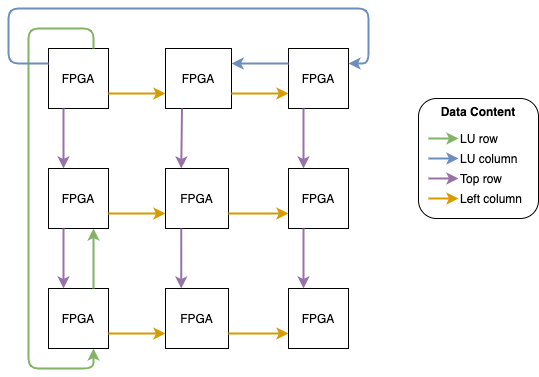
Above: docs/source/LINPACK/implementation/torus_data_forward_rev.drawio.png in pc2/HPCC_FPGA (draw.io), before the change. Source tidied: cells renumbered, new cells last; positions are measured from the earlier drawing's top-left corner, leaving out a move shared by most shapes. Source of this version:
```xml
<mxGraphModel>
  <root>
    <mxCell id="0" />
    <mxCell id="1" parent="0" />
    <mxCell id="2" value="&lt;b&gt;Data Content&lt;/b&gt;" style="rounded=1;whiteSpace=wrap;html=1;align=center;verticalAlign=top;" parent="1" vertex="1">
      <mxGeometry x="410" y="90" width="120" height="120" as="geometry" />
    </mxCell>
    <mxCell id="3" value="FPGA" style="rounded=0;whiteSpace=wrap;html=1;" parent="1" vertex="1">
      <mxGeometry x="40" y="40" width="60" height="60" as="geometry" />
    </mxCell>
    <mxCell id="4" value="FPGA" style="rounded=0;whiteSpace=wrap;html=1;" parent="1" vertex="1">
      <mxGeometry x="157" y="40" width="66" height="60" as="geometry" />
    </mxCell>
    <mxCell id="5" value="FPGA" style="rounded=0;whiteSpace=wrap;html=1;" parent="1" vertex="1">
      <mxGeometry x="40" y="160" width="60" height="60" as="geometry" />
    </mxCell>
    <mxCell id="6" value="FPGA" style="rounded=0;whiteSpace=wrap;html=1;" parent="1" vertex="1">
      <mxGeometry x="157" y="160" width="63" height="60" as="geometry" />
    </mxCell>
    <mxCell id="7" value="FPGA" style="rounded=0;whiteSpace=wrap;html=1;" parent="1" vertex="1">
      <mxGeometry x="280" y="40" width="60" height="60" as="geometry" />
    </mxCell>
    <mxCell id="8" value="FPGA" style="rounded=0;whiteSpace=wrap;html=1;" parent="1" vertex="1">
      <mxGeometry x="280" y="160" width="60" height="60" as="geometry" />
    </mxCell>
    <mxCell id="9" value="FPGA" style="rounded=0;whiteSpace=wrap;html=1;" parent="1" vertex="1">
      <mxGeometry x="280" y="280" width="60" height="60" as="geometry" />
    </mxCell>
    <mxCell id="10" value="FPGA" style="rounded=0;whiteSpace=wrap;html=1;" parent="1" vertex="1">
      <mxGeometry x="157" y="280" width="63" height="60" as="geometry" />
    </mxCell>
    <mxCell id="11" value="FPGA" style="rounded=0;whiteSpace=wrap;html=1;" parent="1" vertex="1">
      <mxGeometry x="40" y="280" width="60" height="60" as="geometry" />
    </mxCell>
    <mxCell id="12" style="endArrow=classic;html=1;exitX=1;exitY=0.75;exitDx=0;exitDy=0;entryX=0;entryY=0.75;entryDx=0;entryDy=0;fillColor=#ffe6cc;strokeColor=#d79b00;strokeWidth=2;startArrow=none;startFill=0;endFill=1;" parent="1" edge="1" source="5" target="6">
      <mxGeometry relative="1" as="geometry" />
    </mxCell>
    <mxCell id="13" style="endArrow=classic;html=1;exitX=1;exitY=0.75;exitDx=0;exitDy=0;entryX=0;entryY=0.75;entryDx=0;entryDy=0;fillColor=#ffe6cc;strokeColor=#d79b00;strokeWidth=2;startArrow=none;startFill=0;endFill=1;" parent="1" edge="1" source="6" target="8">
      <mxGeometry relative="1" as="geometry" />
    </mxCell>
    <mxCell id="14" style="endArrow=classic;html=1;exitX=1;exitY=0.75;exitDx=0;exitDy=0;entryX=0;entryY=0.75;entryDx=0;entryDy=0;fillColor=#ffe6cc;strokeColor=#d79b00;strokeWidth=2;endFill=1;startArrow=none;startFill=0;" parent="1" edge="1" source="11" target="10">
      <mxGeometry relative="1" as="geometry" />
    </mxCell>
    <mxCell id="15" style="endArrow=classic;html=1;exitX=1;exitY=0.75;exitDx=0;exitDy=0;entryX=0;entryY=0.75;entryDx=0;entryDy=0;fillColor=#ffe6cc;strokeColor=#d79b00;strokeWidth=2;startArrow=none;startFill=0;endFill=1;" parent="1" edge="1" source="10" target="9">
      <mxGeometry relative="1" as="geometry" />
    </mxCell>
    <mxCell id="16" style="endArrow=classic;html=1;exitX=1;exitY=0.75;exitDx=0;exitDy=0;entryX=0;entryY=0.75;entryDx=0;entryDy=0;fillColor=#ffe6cc;strokeColor=#d79b00;strokeWidth=2;endFill=1;startArrow=none;startFill=0;" parent="1" edge="1" source="3" target="4">
      <mxGeometry relative="1" as="geometry" />
    </mxCell>
    <mxCell id="17" style="endArrow=classic;html=1;exitX=1;exitY=0.75;exitDx=0;exitDy=0;entryX=0;entryY=0.75;entryDx=0;entryDy=0;fillColor=#ffe6cc;strokeColor=#d79b00;strokeWidth=2;endFill=1;startArrow=none;startFill=0;" parent="1" edge="1" source="4" target="7">
      <mxGeometry relative="1" as="geometry" />
    </mxCell>
    <mxCell id="18" style="endArrow=classic;html=1;strokeWidth=2;exitX=0.25;exitY=1;exitDx=0;exitDy=0;entryX=0.25;entryY=0;entryDx=0;entryDy=0;fillColor=#e1d5e7;strokeColor=#9673a6;endFill=1;startArrow=none;startFill=0;" parent="1" edge="1" source="3" target="5">
      <mxGeometry relative="1" as="geometry" />
    </mxCell>
    <mxCell id="19" style="endArrow=classic;html=1;strokeWidth=2;exitX=0.25;exitY=1;exitDx=0;exitDy=0;entryX=0.25;entryY=0;entryDx=0;entryDy=0;fillColor=#e1d5e7;strokeColor=#9673a6;endFill=1;startArrow=none;startFill=0;" parent="1" edge="1" source="5" target="11">
      <mxGeometry relative="1" as="geometry" />
    </mxCell>
    <mxCell id="20" style="endArrow=classic;html=1;strokeWidth=2;exitX=0.25;exitY=1;exitDx=0;exitDy=0;entryX=0.25;entryY=0;entryDx=0;entryDy=0;fillColor=#e1d5e7;strokeColor=#9673a6;endFill=1;startArrow=none;startFill=0;" parent="1" edge="1" source="4" target="6">
      <mxGeometry relative="1" as="geometry" />
    </mxCell>
    <mxCell id="21" style="endArrow=classic;html=1;strokeWidth=2;exitX=0.25;exitY=1;exitDx=0;exitDy=0;entryX=0.25;entryY=0;entryDx=0;entryDy=0;fillColor=#e1d5e7;strokeColor=#9673a6;endFill=1;startArrow=none;startFill=0;" parent="1" edge="1" source="7" target="8">
      <mxGeometry relative="1" as="geometry" />
    </mxCell>
    <mxCell id="22" style="endArrow=classic;html=1;strokeWidth=2;exitX=0.25;exitY=1;exitDx=0;exitDy=0;entryX=0.25;entryY=0;entryDx=0;entryDy=0;fillColor=#e1d5e7;strokeColor=#9673a6;endFill=1;startArrow=none;startFill=0;" parent="1" edge="1" source="6" target="10">
      <mxGeometry relative="1" as="geometry" />
    </mxCell>
    <mxCell id="23" style="endArrow=classic;html=1;strokeWidth=2;exitX=0.25;exitY=1;exitDx=0;exitDy=0;entryX=0.25;entryY=0;entryDx=0;entryDy=0;fillColor=#e1d5e7;strokeColor=#9673a6;endFill=1;startArrow=none;startFill=0;" parent="1" edge="1" source="8" target="9">
      <mxGeometry relative="1" as="geometry" />
    </mxCell>
    <mxCell id="24" style="endArrow=classic;html=1;strokeWidth=2;exitX=0.75;exitY=0;exitDx=0;exitDy=0;entryX=0.75;entryY=1;entryDx=0;entryDy=0;fillColor=#d5e8d4;strokeColor=#82b366;" parent="1" edge="1" source="3" target="11">
      <mxGeometry relative="1" as="geometry">
        <Array as="points">
          <mxPoint x="85" y="20" />
          <mxPoint x="20" y="20" />
          <mxPoint x="20" y="360" />
          <mxPoint x="85" y="360" />
        </Array>
      </mxGeometry>
    </mxCell>
    <mxCell id="25" style="endArrow=classic;html=1;strokeWidth=2;exitX=0.75;exitY=0;exitDx=0;exitDy=0;entryX=0.75;entryY=1;entryDx=0;entryDy=0;fillColor=#d5e8d4;strokeColor=#82b366;" parent="1" edge="1" source="11" target="5">
      <mxGeometry relative="1" as="geometry" />
    </mxCell>
    <mxCell id="26" style="endArrow=classic;html=1;strokeWidth=2;exitX=0;exitY=0.25;exitDx=0;exitDy=0;entryX=1;entryY=0.25;entryDx=0;entryDy=0;fillColor=#dae8fc;strokeColor=#6c8ebf;" parent="1" edge="1" source="3" target="7">
      <mxGeometry relative="1" as="geometry">
        <Array as="points">
          <mxPoint y="55" />
          <mxPoint />
          <mxPoint x="360" />
          <mxPoint x="360" y="55" />
        </Array>
      </mxGeometry>
    </mxCell>
    <mxCell id="27" style="endArrow=classic;html=1;strokeWidth=2;exitX=0;exitY=0.25;exitDx=0;exitDy=0;entryX=1;entryY=0.25;entryDx=0;entryDy=0;fillColor=#dae8fc;strokeColor=#6c8ebf;" parent="1" edge="1" source="7" target="4">
      <mxGeometry relative="1" as="geometry" />
    </mxCell>
    <mxCell id="28" style="endArrow=classic;html=1;strokeWidth=2;fillColor=#d5e8d4;strokeColor=#82b366;" parent="1" edge="1">
      <mxGeometry relative="1" as="geometry">
        <mxPoint x="420" y="130" as="sourcePoint" />
        <mxPoint x="450" y="130" as="targetPoint" />
        <Array as="points">
          <mxPoint x="440" y="130" />
        </Array>
      </mxGeometry>
    </mxCell>
    <mxCell id="29" value="LU row" style="text;html=1;align=left;verticalAlign=middle;" parent="1" vertex="1">
      <mxGeometry x="450" y="120" width="50" height="20" as="geometry" />
    </mxCell>
    <mxCell id="30" style="endArrow=classic;html=1;strokeWidth=2;fillColor=#dae8fc;strokeColor=#6c8ebf;" parent="1" edge="1">
      <mxGeometry relative="1" as="geometry">
        <mxPoint x="420" y="150" as="sourcePoint" />
        <mxPoint x="450" y="150" as="targetPoint" />
        <Array as="points">
          <mxPoint x="440" y="150" />
        </Array>
      </mxGeometry>
    </mxCell>
    <mxCell id="31" value="LU column" style="text;html=1;align=left;verticalAlign=middle;" parent="1" vertex="1">
      <mxGeometry x="450" y="140" width="70" height="20" as="geometry" />
    </mxCell>
    <mxCell id="32" style="endArrow=classic;html=1;strokeWidth=2;fillColor=#e1d5e7;strokeColor=#9673a6;" parent="1" edge="1">
      <mxGeometry relative="1" as="geometry">
        <mxPoint x="420" y="170" as="sourcePoint" />
        <mxPoint x="450" y="170" as="targetPoint" />
        <Array as="points">
          <mxPoint x="440" y="170" />
        </Array>
      </mxGeometry>
    </mxCell>
    <mxCell id="33" value="Top row" style="text;html=1;align=left;verticalAlign=middle;" parent="1" vertex="1">
      <mxGeometry x="450" y="160" width="60" height="20" as="geometry" />
    </mxCell>
    <mxCell id="34" style="endArrow=classic;html=1;strokeWidth=2;fillColor=#ffe6cc;strokeColor=#d79b00;" parent="1" edge="1">
      <mxGeometry relative="1" as="geometry">
        <mxPoint x="420" y="190" as="sourcePoint" />
        <mxPoint x="450" y="190" as="targetPoint" />
        <Array as="points">
          <mxPoint x="440" y="190" />
        </Array>
      </mxGeometry>
    </mxCell>
    <mxCell id="35" value="Left column" style="text;html=1;align=left;verticalAlign=middle;" parent="1" vertex="1">
      <mxGeometry x="450" y="180" width="80" height="20" as="geometry" />
    </mxCell>
  </root>
</mxGraphModel>
```
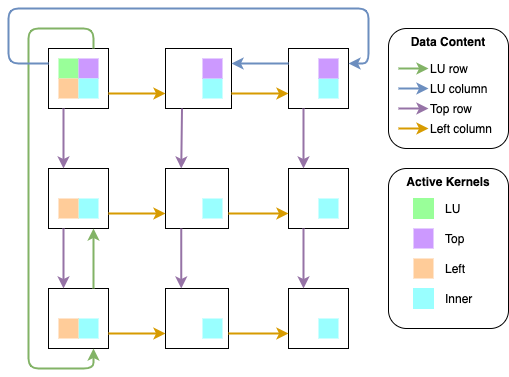
The same diagram one commit later.

The edit, as a diff of the source:
```diff
@@ -2,34 +2,37 @@
   <root>
     <mxCell id="0" />
     <mxCell id="1" parent="0" />
+    <mxCell id="36" value="&lt;b&gt;Active Kernels&lt;/b&gt;" style="rounded=1;whiteSpace=wrap;html=1;align=center;verticalAlign=top;" parent="1" vertex="1">
+      <mxGeometry x="380" y="160" width="120" height="160" as="geometry" />
+    </mxCell>
     <mxCell id="2" value="&lt;b&gt;Data Content&lt;/b&gt;" style="rounded=1;whiteSpace=wrap;html=1;align=center;verticalAlign=top;" parent="1" vertex="1">
-      <mxGeometry x="410" y="90" width="120" height="120" as="geometry" />
+      <mxGeometry x="380" y="20" width="120" height="120" as="geometry" />
     </mxCell>
-    <mxCell id="3" value="FPGA" style="rounded=0;whiteSpace=wrap;html=1;" parent="1" vertex="1">
+    <mxCell id="3" style="rounded=0;whiteSpace=wrap;html=1;" parent="1" vertex="1">
       <mxGeometry x="40" y="40" width="60" height="60" as="geometry" />
     </mxCell>
-    <mxCell id="4" value="FPGA" style="rounded=0;whiteSpace=wrap;html=1;" parent="1" vertex="1">
+    <mxCell id="4" style="rounded=0;whiteSpace=wrap;html=1;" parent="1" vertex="1">
       <mxGeometry x="157" y="40" width="66" height="60" as="geometry" />
     </mxCell>
-    <mxCell id="5" value="FPGA" style="rounded=0;whiteSpace=wrap;html=1;" parent="1" vertex="1">
+    <mxCell id="5" style="rounded=0;whiteSpace=wrap;html=1;" parent="1" vertex="1">
       <mxGeometry x="40" y="160" width="60" height="60" as="geometry" />
     </mxCell>
-    <mxCell id="6" value="FPGA" style="rounded=0;whiteSpace=wrap;html=1;" parent="1" vertex="1">
+    <mxCell id="6" style="rounded=0;whiteSpace=wrap;html=1;" parent="1" vertex="1">
       <mxGeometry x="157" y="160" width="63" height="60" as="geometry" />
     </mxCell>
-    <mxCell id="7" value="FPGA" style="rounded=0;whiteSpace=wrap;html=1;" parent="1" vertex="1">
+    <mxCell id="7" style="rounded=0;whiteSpace=wrap;html=1;" parent="1" vertex="1">
       <mxGeometry x="280" y="40" width="60" height="60" as="geometry" />
     </mxCell>
-    <mxCell id="8" value="FPGA" style="rounded=0;whiteSpace=wrap;html=1;" parent="1" vertex="1">
+    <mxCell id="8" style="rounded=0;whiteSpace=wrap;html=1;" parent="1" vertex="1">
       <mxGeometry x="280" y="160" width="60" height="60" as="geometry" />
     </mxCell>
-    <mxCell id="9" value="FPGA" style="rounded=0;whiteSpace=wrap;html=1;" parent="1" vertex="1">
+    <mxCell id="9" style="rounded=0;whiteSpace=wrap;html=1;" parent="1" vertex="1">
       <mxGeometry x="280" y="280" width="60" height="60" as="geometry" />
     </mxCell>
-    <mxCell id="10" value="FPGA" style="rounded=0;whiteSpace=wrap;html=1;" parent="1" vertex="1">
+    <mxCell id="10" style="rounded=0;whiteSpace=wrap;html=1;" parent="1" vertex="1">
       <mxGeometry x="157" y="280" width="63" height="60" as="geometry" />
     </mxCell>
-    <mxCell id="11" value="FPGA" style="rounded=0;whiteSpace=wrap;html=1;" parent="1" vertex="1">
+    <mxCell id="11" style="rounded=0;whiteSpace=wrap;html=1;" parent="1" vertex="1">
       <mxGeometry x="40" y="280" width="60" height="60" as="geometry" />
     </mxCell>
     <mxCell id="12" style="endArrow=classic;html=1;exitX=1;exitY=0.75;exitDx=0;exitDy=0;entryX=0;entryY=0.75;entryDx=0;entryDy=0;fillColor=#ffe6cc;strokeColor=#d79b00;strokeWidth=2;startArrow=none;startFill=0;endFill=1;" parent="1" edge="1" source="5" target="6">
@@ -96,51 +99,126 @@
     </mxCell>
     <mxCell id="28" style="endArrow=classic;html=1;strokeWidth=2;fillColor=#d5e8d4;strokeColor=#82b366;" parent="1" edge="1">
       <mxGeometry relative="1" as="geometry">
-        <mxPoint x="420" y="130" as="sourcePoint" />
-        <mxPoint x="450" y="130" as="targetPoint" />
+        <mxPoint x="390" y="60" as="sourcePoint" />
+        <mxPoint x="420" y="60" as="targetPoint" />
         <Array as="points">
-          <mxPoint x="440" y="130" />
+          <mxPoint x="410" y="60" />
         </Array>
       </mxGeometry>
     </mxCell>
     <mxCell id="29" value="LU row" style="text;html=1;align=left;verticalAlign=middle;" parent="1" vertex="1">
-      <mxGeometry x="450" y="120" width="50" height="20" as="geometry" />
+      <mxGeometry x="420" y="50" width="50" height="20" as="geometry" />
     </mxCell>
     <mxCell id="30" style="endArrow=classic;html=1;strokeWidth=2;fillColor=#dae8fc;strokeColor=#6c8ebf;" parent="1" edge="1">
       <mxGeometry relative="1" as="geometry">
-        <mxPoint x="420" y="150" as="sourcePoint" />
-        <mxPoint x="450" y="150" as="targetPoint" />
+        <mxPoint x="390" y="80" as="sourcePoint" />
+        <mxPoint x="420" y="80" as="targetPoint" />
         <Array as="points">
-          <mxPoint x="440" y="150" />
+          <mxPoint x="410" y="80" />
         </Array>
       </mxGeometry>
     </mxCell>
     <mxCell id="31" value="LU column" style="text;html=1;align=left;verticalAlign=middle;" parent="1" vertex="1">
-      <mxGeometry x="450" y="140" width="70" height="20" as="geometry" />
+      <mxGeometry x="420" y="70" width="70" height="20" as="geometry" />
     </mxCell>
     <mxCell id="32" style="endArrow=classic;html=1;strokeWidth=2;fillColor=#e1d5e7;strokeColor=#9673a6;" parent="1" edge="1">
       <mxGeometry relative="1" as="geometry">
-        <mxPoint x="420" y="170" as="sourcePoint" />
-        <mxPoint x="450" y="170" as="targetPoint" />
+        <mxPoint x="390" y="100" as="sourcePoint" />
+        <mxPoint x="420" y="100" as="targetPoint" />
         <Array as="points">
-          <mxPoint x="440" y="170" />
+          <mxPoint x="410" y="100" />
         </Array>
       </mxGeometry>
     </mxCell>
     <mxCell id="33" value="Top row" style="text;html=1;align=left;verticalAlign=middle;" parent="1" vertex="1">
-      <mxGeometry x="450" y="160" width="60" height="20" as="geometry" />
+      <mxGeometry x="420" y="90" width="60" height="20" as="geometry" />
     </mxCell>
     <mxCell id="34" style="endArrow=classic;html=1;strokeWidth=2;fillColor=#ffe6cc;strokeColor=#d79b00;" parent="1" edge="1">
       <mxGeometry relative="1" as="geometry">
-        <mxPoint x="420" y="190" as="sourcePoint" />
-        <mxPoint x="450" y="190" as="targetPoint" />
+        <mxPoint x="390" y="120" as="sourcePoint" />
+        <mxPoint x="420" y="120" as="targetPoint" />
         <Array as="points">
-          <mxPoint x="440" y="190" />
+          <mxPoint x="410" y="120" />
         </Array>
       </mxGeometry>
     </mxCell>
     <mxCell id="35" value="Left column" style="text;html=1;align=left;verticalAlign=middle;" parent="1" vertex="1">
-      <mxGeometry x="450" y="180" width="80" height="20" as="geometry" />
+      <mxGeometry x="420" y="110" width="80" height="20" as="geometry" />
     </mxCell>
+    <mxCell id="37" style="rounded=0;whiteSpace=wrap;html=1;fillColor=#99FF99;strokeColor=none;" parent="1" vertex="1">
+      <mxGeometry x="50" y="50" width="20" height="20" as="geometry" />
+    </mxCell>
+    <mxCell id="38" style="rounded=0;whiteSpace=wrap;html=1;strokeColor=#99FF99;fillColor=#99FF99;" parent="1" vertex="1">
+      <mxGeometry x="405" y="190" width="20" height="20" as="geometry" />
+    </mxCell>
+    <mxCell id="39" style="rounded=0;whiteSpace=wrap;html=1;fillColor=#CC99FF;strokeColor=none;" parent="1" vertex="1">
+      <mxGeometry x="70" y="50" width="20" height="20" as="geometry" />
+    </mxCell>
+    <mxCell id="40" style="rounded=0;whiteSpace=wrap;html=1;fillColor=#CC99FF;strokeColor=none;" parent="1" vertex="1">
+      <mxGeometry x="405" y="220" width="20" height="20" as="geometry" />
+    </mxCell>
+    <mxCell id="41" style="rounded=0;whiteSpace=wrap;html=1;strokeColor=none;fillColor=#FFCC99;" parent="1" vertex="1">
+      <mxGeometry x="50" y="70" width="20" height="20" as="geometry" />
+    </mxCell>
+    <mxCell id="42" style="rounded=0;whiteSpace=wrap;html=1;strokeColor=none;fillColor=#FFCC99;" parent="1" vertex="1">
+      <mxGeometry x="405" y="250" width="20" height="20" as="geometry" />
+    </mxCell>
+    <mxCell id="43" style="rounded=0;whiteSpace=wrap;html=1;fillColor=#99FFFF;strokeColor=none;" parent="1" vertex="1">
+      <mxGeometry x="70" y="70" width="20" height="20" as="geometry" />
+    </mxCell>
+    <mxCell id="44" style="rounded=0;whiteSpace=wrap;html=1;fillColor=#99FFFF;strokeColor=none;" parent="1" vertex="1">
+      <mxGeometry x="194" y="190" width="20" height="20" as="geometry" />
+    </mxCell>
+    <mxCell id="45" style="rounded=0;whiteSpace=wrap;html=1;fillColor=#99FFFF;strokeColor=none;" parent="1" vertex="1">
+      <mxGeometry x="194" y="70" width="20" height="20" as="geometry" />
+    </mxCell>
+    <mxCell id="46" style="rounded=0;whiteSpace=wrap;html=1;fillColor=#99FFFF;strokeColor=none;" parent="1" vertex="1">
+      <mxGeometry x="310" y="70" width="20" height="20" as="geometry" />
+    </mxCell>
+    <mxCell id="47" style="rounded=0;whiteSpace=wrap;html=1;fillColor=#99FFFF;strokeColor=none;" parent="1" vertex="1">
+      <mxGeometry x="310" y="190" width="20" height="20" as="geometry" />
+    </mxCell>
+    <mxCell id="48" style="rounded=0;whiteSpace=wrap;html=1;fillColor=#99FFFF;strokeColor=none;" parent="1" vertex="1">
+      <mxGeometry x="310" y="310" width="20" height="20" as="geometry" />
+    </mxCell>
+    <mxCell id="49" style="rounded=0;whiteSpace=wrap;html=1;fillColor=#99FFFF;strokeColor=none;" parent="1" vertex="1">
+      <mxGeometry x="194" y="310" width="20" height="20" as="geometry" />
+    </mxCell>
+    <mxCell id="50" style="rounded=0;whiteSpace=wrap;html=1;fillColor=#99FFFF;strokeColor=none;" parent="1" vertex="1">
+      <mxGeometry x="70" y="310" width="20" height="20" as="geometry" />
+    </mxCell>
+    <mxCell id="51" style="rounded=0;whiteSpace=wrap;html=1;fillColor=#99FFFF;strokeColor=none;" parent="1" vertex="1">
+      <mxGeometry x="70" y="190" width="20" height="20" as="geometry" />
+    </mxCell>
+    <mxCell id="52" style="rounded=0;whiteSpace=wrap;html=1;strokeColor=none;fillColor=#FFCC99;" parent="1" vertex="1">
+      <mxGeometry x="50" y="190" width="20" height="20" as="geometry" />
+    </mxCell>
+    <mxCell id="53" style="rounded=0;whiteSpace=wrap;html=1;fillColor=#FFCC99;strokeColor=none;" parent="1" vertex="1">
+      <mxGeometry x="50" y="310" width="20" height="20" as="geometry" />
+    </mxCell>
+    <mxCell id="54" style="rounded=0;whiteSpace=wrap;html=1;fillColor=#99FFFF;strokeColor=#99FFFF;" parent="1" vertex="1">
+      <mxGeometry x="405" y="280" width="20" height="20" as="geometry" />
+    </mxCell>
+    <mxCell id="55" style="rounded=0;whiteSpace=wrap;html=1;strokeColor=none;fillColor=#CC99FF;" parent="1" vertex="1">
+      <mxGeometry x="194" y="50" width="20" height="20" as="geometry" />
+    </mxCell>
+    <mxCell id="56" style="rounded=0;whiteSpace=wrap;html=1;strokeColor=none;fillColor=#CC99FF;" parent="1" vertex="1">
+      <mxGeometry x="310" y="50" width="20" height="20" as="geometry" />
+    </mxCell>
+    <mxCell id="57" value="LU" style="text;html=1;strokeColor=none;fillColor=none;align=left;verticalAlign=middle;whiteSpace=wrap;rounded=0;" parent="1" vertex="1">
+      <mxGeometry x="435" y="190" width="40" height="20" as="geometry" />
+    </mxCell>
+    <mxCell id="58" value="Top" style="text;html=1;strokeColor=none;fillColor=none;align=left;verticalAlign=middle;whiteSpace=wrap;rounded=0;" parent="1" vertex="1">
+      <mxGeometry x="435" y="220" width="40" height="20" as="geometry" />
+    </mxCell>
+    <mxCell id="59" value="Left" style="text;html=1;strokeColor=none;fillColor=none;align=left;verticalAlign=middle;whiteSpace=wrap;rounded=0;" parent="1" vertex="1">
+      <mxGeometry x="435" y="250" width="40" height="20" as="geometry" />
+    </mxCell>
+    <mxCell id="60" value="Inner" style="text;html=1;strokeColor=none;fillColor=none;align=left;verticalAlign=middle;whiteSpace=wrap;rounded=0;" parent="1" vertex="1">
+      <mxGeometry x="435" y="280" width="40" height="20" as="geometry" />
+    </mxCell>
+    <mxCell id="61" style="edgeStyle=orthogonalEdgeStyle;rounded=0;orthogonalLoop=1;jettySize=auto;html=1;exitX=0.5;exitY=1;exitDx=0;exitDy=0;" parent="1" edge="1" source="40" target="40">
+      <mxGeometry relative="1" as="geometry" />
+    </mxCell>
   </root>
 </mxGraphModel>
```
